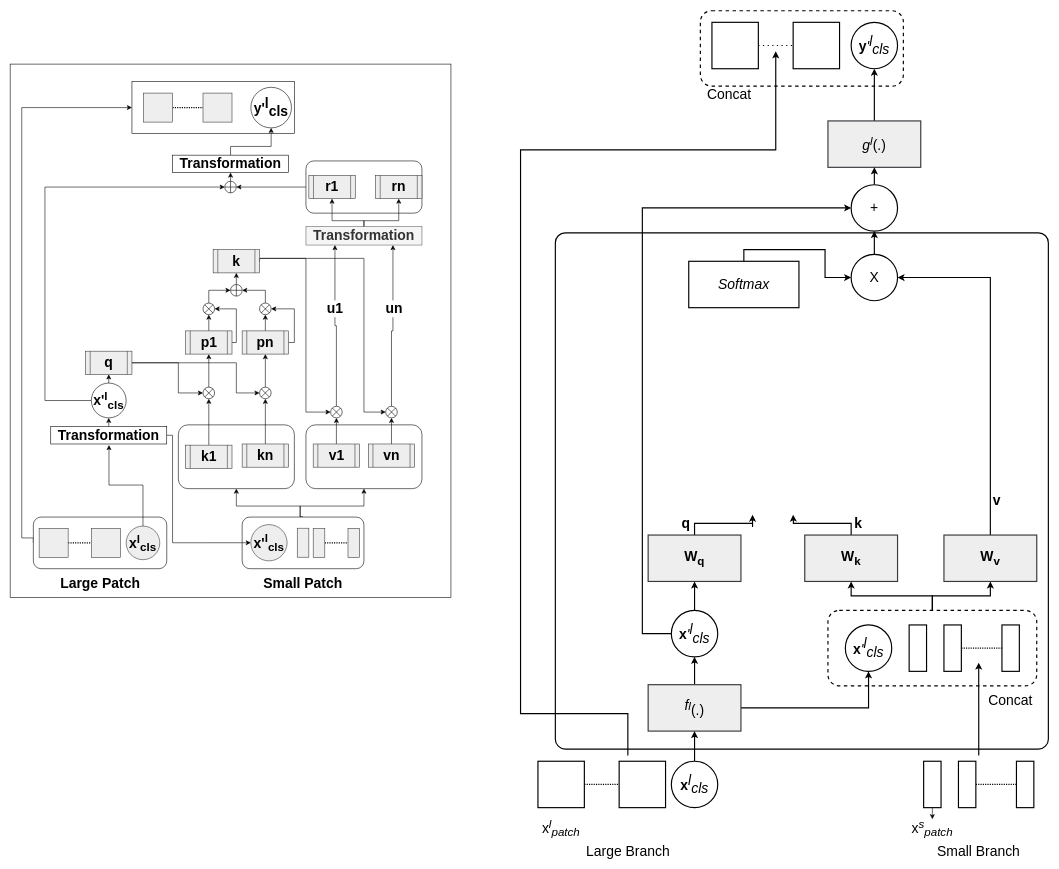
abhishekstha98/Fastformer-PyTorch keeps this draw.io diagram as page "Page-1" (1 of 2) of fastformer_crossvit.drawio. Above is the earlier version. Source tidied: cells renumbered, new cells numbered last; positions are measured from the earlier drawing's top-left corner, leaving out a move shared by most shapes. Both pictures are drawn from the tidied source at 58%, with x=0, y=0 at pixel (10, 10).
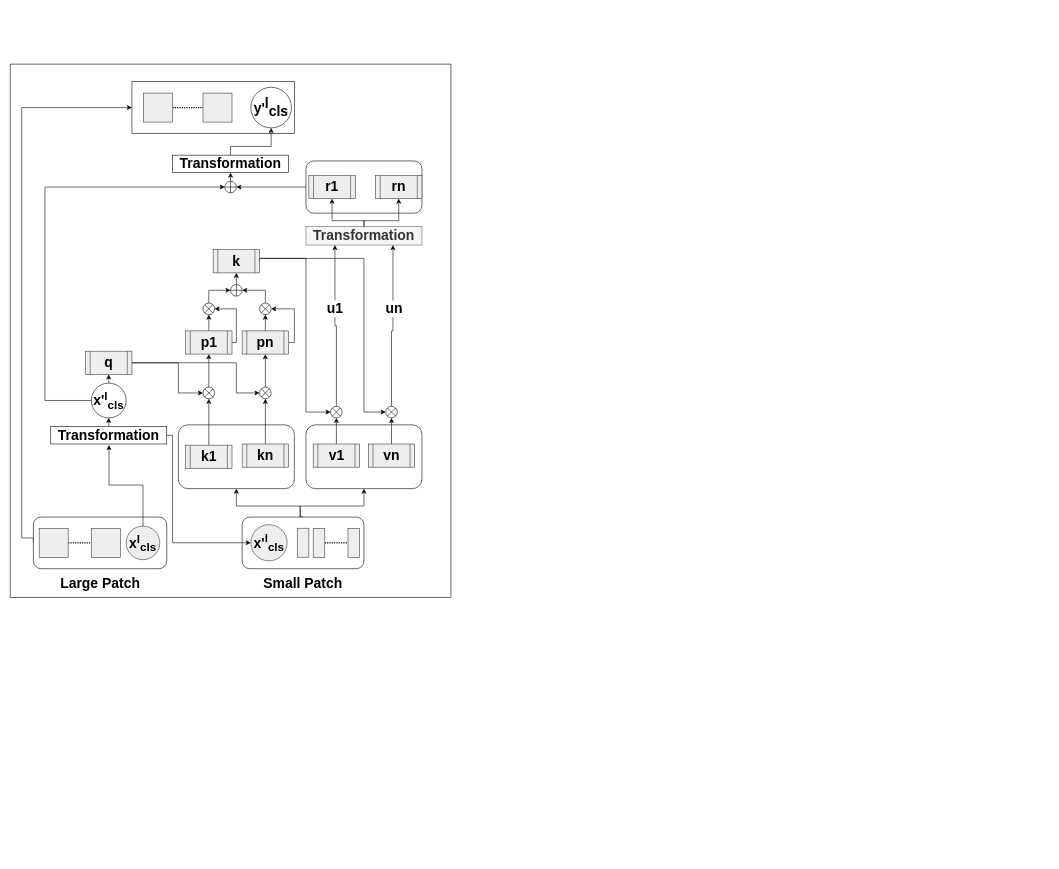
After the change.

The edit, as a diff of the source:
```diff
@@
-    <mxCell id="77" style="rounded=0;whiteSpace=wrap;html=1;fillColor=none;strokeColor=none;strokeWidth=2;" parent="1" vertex="1">
-      <mxGeometry x="900" y="1284" width="330" height="100" as="geometry" />
-    </mxCell>
-    <mxCell id="78" style="rounded=1;whiteSpace=wrap;html=1;fillColor=default;fontSize=24;dashed=1;strokeWidth=2;" parent="1" vertex="1">
-      <mxGeometry x="1190" width="350" height="130" as="geometry" />
-    </mxCell>
-    <mxCell id="79" style="rounded=0;whiteSpace=wrap;html=1;fillColor=default;fontSize=24;strokeWidth=2;" parent="1" vertex="1">
-      <mxGeometry x="1210" y="20" width="80" height="80" as="geometry" />
-    </mxCell>
-    <mxCell id="80" style="rounded=0;whiteSpace=wrap;html=1;fillColor=default;fontSize=24;strokeWidth=2;" parent="1" vertex="1">
-      <mxGeometry x="1350" y="20" width="80" height="80" as="geometry" />
-    </mxCell>
-    <mxCell id="81" style="rounded=1;whiteSpace=wrap;html=1;shadow=0;glass=0;arcSize=2;fillColor=default;fontSize=24;strokeWidth=2;" parent="1" vertex="1">
-      <mxGeometry x="940" y="383" width="850" height="890" as="geometry" />
-    </mxCell>
-    <mxCell id="82" value="&lt;span style=&quot;font-size: 24px;&quot;&gt;&lt;b&gt;y&lt;/b&gt;&lt;i style=&quot;&quot;&gt;'&lt;sup style=&quot;font-size: 24px;&quot;&gt;l&lt;/sup&gt;&lt;sub style=&quot;font-size: 24px;&quot;&gt;cls&lt;/sub&gt;&lt;/i&gt;&lt;/span&gt;" style="ellipse;whiteSpace=wrap;html=1;fillColor=default;fontSize=24;strokeWidth=2;" parent="1" vertex="1">
-      <mxGeometry x="1450" y="20" width="80" height="80" as="geometry" />
-    </mxCell>
-    <mxCell id="83" style="endArrow=none;dashed=1;html=1;dashPattern=1 3;strokeWidth=2;rounded=0;entryX=0;entryY=0.5;entryDx=0;entryDy=0;exitX=1;exitY=0.5;exitDx=0;exitDy=0;fontSize=24;" parent="1" edge="1" source="79" target="80">
-      <mxGeometry relative="1" as="geometry" />
-    </mxCell>
-    <mxCell id="84" style="edgeStyle=orthogonalEdgeStyle;rounded=0;jettySize=auto;html=1;entryX=0.5;entryY=1;entryDx=0;entryDy=0;fontSize=24;strokeWidth=2;" parent="1" edge="1" source="85" target="82">
-      <mxGeometry relative="1" as="geometry" />
-    </mxCell>
-    <mxCell id="85" value="&lt;i&gt;g&lt;sup&gt;l&lt;/sup&gt;&lt;/i&gt;(.)" style="rounded=0;whiteSpace=wrap;html=1;strokeColor=#36393d;fillColor=#eeeeee;fontSize=24;strokeWidth=2;" parent="1" vertex="1">
-      <mxGeometry x="1410" y="190" width="160" height="80" as="geometry" />
-    </mxCell>
-    <mxCell id="86" style="edgeStyle=orthogonalEdgeStyle;rounded=0;jettySize=auto;html=1;exitX=0.5;exitY=0;exitDx=0;exitDy=0;entryX=0.5;entryY=1;entryDx=0;entryDy=0;fontSize=24;strokeWidth=2;" parent="1" edge="1" source="87" target="85">
-      <mxGeometry relative="1" as="geometry" />
-    </mxCell>
-    <mxCell id="87" value="+" style="ellipse;whiteSpace=wrap;html=1;fontSize=24;strokeWidth=2;" parent="1" vertex="1">
-      <mxGeometry x="1450" y="300" width="80" height="80" as="geometry" />
-    </mxCell>
-    <mxCell id="88" style="edgeStyle=orthogonalEdgeStyle;rounded=0;jettySize=auto;html=1;exitX=0.5;exitY=0;exitDx=0;exitDy=0;entryX=0.5;entryY=1;entryDx=0;entryDy=0;fontSize=24;strokeWidth=2;" parent="1" edge="1" source="89" target="87">
-      <mxGeometry relative="1" as="geometry" />
-    </mxCell>
-    <mxCell id="89" value="X" style="ellipse;whiteSpace=wrap;html=1;fontSize=24;strokeWidth=2;" parent="1" vertex="1">
-      <mxGeometry x="1450" y="420" width="80" height="80" as="geometry" />
-    </mxCell>
-    <mxCell id="90" style="edgeStyle=orthogonalEdgeStyle;rounded=0;jettySize=auto;html=1;exitX=0.5;exitY=0;exitDx=0;exitDy=0;entryX=0;entryY=0.5;entryDx=0;entryDy=0;fontSize=24;strokeWidth=2;" parent="1" edge="1" source="91" target="89">
-      <mxGeometry relative="1" as="geometry" />
-    </mxCell>
-    <mxCell id="91" value="&lt;i&gt;Softmax&lt;/i&gt;" style="rounded=0;whiteSpace=wrap;html=1;fontSize=24;strokeWidth=2;" parent="1" vertex="1">
-      <mxGeometry x="1170" y="432" width="190" height="80" as="geometry" />
-    </mxCell>
-    <mxCell id="92" style="edgeStyle=orthogonalEdgeStyle;rounded=0;jettySize=auto;html=1;exitX=0.5;exitY=0;exitDx=0;exitDy=0;entryX=1;entryY=0.5;entryDx=0;entryDy=0;fontSize=24;strokeWidth=2;entryPerimeter=0;" parent="1" edge="1" source="94">
-      <mxGeometry relative="1" as="geometry">
-        <mxPoint x="1350" y="869" as="targetPoint" />
-      </mxGeometry>
-    </mxCell>
-    <mxCell id="93" value="k" style="edgeLabel;html=1;align=center;verticalAlign=middle;fontSize=24;fontStyle=1;" parent="92" vertex="1">
-      <mxGeometry x="0.27" relative="1" as="geometry">
-        <mxPoint x="76" as="offset" />
-      </mxGeometry>
-    </mxCell>
-    <mxCell id="94" value="&lt;b&gt;W&lt;sub&gt;k&lt;/sub&gt;&lt;/b&gt;" style="rounded=0;whiteSpace=wrap;html=1;fillColor=#eeeeee;strokeColor=#36393d;fontSize=24;strokeWidth=2;" parent="1" vertex="1">
-      <mxGeometry x="1370" y="904" width="160" height="80" as="geometry" />
-    </mxCell>
-    <mxCell id="95" style="edgeStyle=orthogonalEdgeStyle;rounded=0;jettySize=auto;html=1;exitX=0.5;exitY=0;exitDx=0;exitDy=0;entryX=0;entryY=0.5;entryDx=0;entryDy=0;fontSize=24;strokeWidth=2;entryPerimeter=0;" parent="1" edge="1" source="97">
-      <mxGeometry relative="1" as="geometry">
-        <mxPoint x="1280" y="869" as="targetPoint" />
-      </mxGeometry>
-    </mxCell>
-    <mxCell id="96" value="q" style="edgeLabel;html=1;align=center;verticalAlign=middle;fontSize=24;fontStyle=1;" parent="95" vertex="1">
-      <mxGeometry x="-0.18" y="3" relative="1" as="geometry">
-        <mxPoint x="-56" y="3" as="offset" />
-      </mxGeometry>
-    </mxCell>
-    <mxCell id="97" value="&lt;b&gt;W&lt;sub&gt;q&lt;/sub&gt;&lt;/b&gt;" style="rounded=0;whiteSpace=wrap;html=1;fillColor=#eeeeee;strokeColor=#36393d;fontSize=24;strokeWidth=2;" parent="1" vertex="1">
-      <mxGeometry x="1100" y="904" width="160" height="80" as="geometry" />
-    </mxCell>
-    <mxCell id="98" style="edgeStyle=orthogonalEdgeStyle;rounded=0;jettySize=auto;html=1;exitX=0.5;exitY=0;exitDx=0;exitDy=0;entryX=1;entryY=0.5;entryDx=0;entryDy=0;fontSize=24;strokeWidth=2;" parent="1" edge="1" source="100" target="89">
-      <mxGeometry relative="1" as="geometry" />
-    </mxCell>
-    <mxCell id="99" value="v" style="edgeLabel;html=1;align=center;verticalAlign=middle;fontSize=24;fontStyle=1;" parent="98" vertex="1">
-      <mxGeometry x="-0.8" y="-1" relative="1" as="geometry">
-        <mxPoint x="9" y="-1" as="offset" />
-      </mxGeometry>
-    </mxCell>
-    <mxCell id="100" value="&lt;b&gt;W&lt;sub&gt;v&lt;/sub&gt;&lt;/b&gt;" style="rounded=0;whiteSpace=wrap;html=1;fillColor=#eeeeee;strokeColor=#36393d;fontSize=24;strokeWidth=2;" parent="1" vertex="1">
-      <mxGeometry x="1610" y="904" width="160" height="80" as="geometry" />
-    </mxCell>
-    <mxCell id="101" style="edgeStyle=orthogonalEdgeStyle;rounded=0;jettySize=auto;html=1;entryX=0.5;entryY=1;entryDx=0;entryDy=0;fontSize=24;strokeWidth=2;" parent="1" edge="1" source="103" target="97">
-      <mxGeometry relative="1" as="geometry" />
-    </mxCell>
-    <mxCell id="102" style="edgeStyle=orthogonalEdgeStyle;rounded=0;jettySize=auto;html=1;exitX=0;exitY=0.5;exitDx=0;exitDy=0;entryX=0;entryY=0.5;entryDx=0;entryDy=0;fontSize=24;strokeWidth=2;" parent="1" edge="1" source="103" target="87">
-      <mxGeometry relative="1" as="geometry">
-        <Array as="points">
-          <mxPoint x="1090" y="1074" />
-          <mxPoint x="1090" y="340" />
-        </Array>
-      </mxGeometry>
-    </mxCell>
-    <mxCell id="103" value="&lt;span style=&quot;border-color: var(--border-color);&quot;&gt;&lt;b&gt;x&lt;/b&gt;&lt;i style=&quot;&quot;&gt;'&lt;sup style=&quot;border-color: var(--border-color); font-size: 24px;&quot;&gt;l&lt;/sup&gt;&lt;sub style=&quot;border-color: var(--border-color); font-size: 24px;&quot;&gt;cls&lt;/sub&gt;&lt;/i&gt;&lt;/span&gt;" style="ellipse;whiteSpace=wrap;html=1;fontSize=24;strokeWidth=2;" parent="1" vertex="1">
-      <mxGeometry x="1140" y="1034" width="80" height="80" as="geometry" />
-    </mxCell>
-    <mxCell id="104" style="edgeStyle=orthogonalEdgeStyle;rounded=0;jettySize=auto;html=1;entryX=0.5;entryY=1;entryDx=0;entryDy=0;fontSize=24;strokeWidth=2;" parent="1" edge="1" source="106" target="103">
-      <mxGeometry relative="1" as="geometry" />
-    </mxCell>
-    <mxCell id="105" style="edgeStyle=orthogonalEdgeStyle;rounded=0;jettySize=auto;html=1;exitX=1;exitY=0.5;exitDx=0;exitDy=0;entryX=0.5;entryY=1;entryDx=0;entryDy=0;fontSize=24;strokeWidth=2;" parent="1" edge="1" source="106" target="124">
-      <mxGeometry relative="1" as="geometry" />
-    </mxCell>
-    <mxCell id="106" value="&lt;i style=&quot;border-color: var(--border-color);&quot;&gt;&lt;sup style=&quot;border-color: var(--border-color);&quot;&gt;&lt;span style=&quot;font-size: 24px;&quot;&gt;f&lt;/span&gt;l&lt;/sup&gt;&lt;/i&gt;(.)" style="rounded=0;whiteSpace=wrap;html=1;fillColor=#eeeeee;strokeColor=#36393d;fontSize=24;strokeWidth=2;" parent="1" vertex="1">
-      <mxGeometry x="1100" y="1162" width="160" height="80" as="geometry" />
-    </mxCell>
-    <mxCell id="107" style="edgeStyle=orthogonalEdgeStyle;rounded=0;jettySize=auto;html=1;exitX=1;exitY=0.5;exitDx=0;exitDy=0;entryX=0;entryY=0.5;entryDx=0;entryDy=0;strokeWidth=2;endArrow=none;endFill=0;dashed=1;dashPattern=1 1;" parent="1" edge="1" source="108" target="109">
-      <mxGeometry relative="1" as="geometry" />
-    </mxCell>
-    <mxCell id="108" style="rounded=0;whiteSpace=wrap;html=1;fillColor=default;fontSize=24;strokeWidth=2;" parent="1" vertex="1">
-      <mxGeometry x="910" y="1294" width="80" height="80" as="geometry" />
-    </mxCell>
-    <mxCell id="109" style="rounded=0;whiteSpace=wrap;html=1;fillColor=default;fontSize=24;strokeWidth=2;" parent="1" vertex="1">
-      <mxGeometry x="1050" y="1294" width="80" height="80" as="geometry" />
-    </mxCell>
-    <mxCell id="110" style="edgeStyle=orthogonalEdgeStyle;rounded=0;jettySize=auto;html=1;entryX=0.5;entryY=1;entryDx=0;entryDy=0;fontSize=24;strokeWidth=2;" parent="1" edge="1" source="111" target="106">
-      <mxGeometry relative="1" as="geometry" />
-    </mxCell>
-    <mxCell id="111" value="&lt;span style=&quot;font-size: 24px;&quot;&gt;&lt;span style=&quot;font-weight: bold; font-size: 24px;&quot;&gt;x&lt;/span&gt;&lt;i style=&quot;&quot;&gt;&lt;sup style=&quot;font-size: 24px;&quot;&gt;l&lt;/sup&gt;&lt;sub style=&quot;font-size: 24px;&quot;&gt;cls&lt;/sub&gt;&lt;/i&gt;&lt;/span&gt;" style="ellipse;whiteSpace=wrap;html=1;fillColor=default;fontSize=24;strokeWidth=2;" parent="1" vertex="1">
-      <mxGeometry x="1140" y="1294" width="80" height="80" as="geometry" />
-    </mxCell>
-    <mxCell id="112" style="edgeStyle=orthogonalEdgeStyle;rounded=0;jettySize=auto;html=1;exitX=0.5;exitY=0;exitDx=0;exitDy=0;entryX=0.5;entryY=1;entryDx=0;entryDy=0;fontSize=24;strokeWidth=2;" parent="1" edge="1" source="114" target="94">
-      <mxGeometry relative="1" as="geometry" />
-    </mxCell>
-    <mxCell id="113" style="edgeStyle=orthogonalEdgeStyle;rounded=0;jettySize=auto;html=1;exitX=0.5;exitY=0;exitDx=0;exitDy=0;entryX=0.5;entryY=1;entryDx=0;entryDy=0;fontSize=24;strokeWidth=2;" parent="1" edge="1" source="114" target="100">
-      <mxGeometry relative="1" as="geometry" />
-    </mxCell>
-    <mxCell id="114" style="rounded=1;whiteSpace=wrap;html=1;fillColor=none;fontSize=24;dashed=1;strokeWidth=2;" parent="1" vertex="1">
-      <mxGeometry x="1410" y="1034" width="360" height="130" as="geometry" />
-    </mxCell>
-    <mxCell id="115" style="edgeStyle=orthogonalEdgeStyle;rounded=0;jettySize=auto;html=1;exitX=0.5;exitY=1;exitDx=0;exitDy=0;entryX=0.5;entryY=0;entryDx=0;entryDy=0;" parent="1" edge="1" source="116" target="128">
-      <mxGeometry relative="1" as="geometry" />
-    </mxCell>
-    <mxCell id="116" style="rounded=0;whiteSpace=wrap;html=1;fontSize=24;strokeWidth=2;" parent="1" vertex="1">
-      <mxGeometry x="1575" y="1294" width="30" height="80" as="geometry" />
-    </mxCell>
-    <mxCell id="117" style="edgeStyle=orthogonalEdgeStyle;rounded=0;jettySize=auto;html=1;exitX=1;exitY=0.5;exitDx=0;exitDy=0;entryX=0;entryY=0.5;entryDx=0;entryDy=0;dashed=1;dashPattern=1 1;sourcePerimeterSpacing=0;endArrow=none;endFill=0;strokeWidth=2;jumpSize=21;fontSize=24;" parent="1" edge="1" source="118" target="119">
-      <mxGeometry relative="1" as="geometry" />
-    </mxCell>
-    <mxCell id="118" style="rounded=0;whiteSpace=wrap;html=1;fontSize=24;strokeWidth=2;" parent="1" vertex="1">
-      <mxGeometry x="1635" y="1294" width="30" height="80" as="geometry" />
-    </mxCell>
-    <mxCell id="119" style="rounded=0;whiteSpace=wrap;html=1;fontSize=24;strokeWidth=2;" parent="1" vertex="1">
-      <mxGeometry x="1735" y="1294" width="30" height="80" as="geometry" />
-    </mxCell>
-    <mxCell id="120" style="rounded=0;whiteSpace=wrap;html=1;fontSize=24;strokeWidth=2;" parent="1" vertex="1">
-      <mxGeometry x="1550" y="1059" width="30" height="80" as="geometry" />
-    </mxCell>
-    <mxCell id="121" style="edgeStyle=orthogonalEdgeStyle;rounded=0;jettySize=auto;html=1;exitX=1;exitY=0.5;exitDx=0;exitDy=0;entryX=0;entryY=0.5;entryDx=0;entryDy=0;dashed=1;dashPattern=1 1;sourcePerimeterSpacing=0;endArrow=none;endFill=0;strokeWidth=2;jumpSize=21;fontSize=24;" parent="1" edge="1" source="122" target="123">
-      <mxGeometry relative="1" as="geometry" />
-    </mxCell>
-    <mxCell id="122" style="rounded=0;whiteSpace=wrap;html=1;fontSize=24;strokeWidth=2;" parent="1" vertex="1">
-      <mxGeometry x="1610" y="1059" width="30" height="80" as="geometry" />
-    </mxCell>
-    <mxCell id="123" style="rounded=0;whiteSpace=wrap;html=1;fontSize=24;strokeWidth=2;" parent="1" vertex="1">
-      <mxGeometry x="1710" y="1059" width="30" height="80" as="geometry" />
-    </mxCell>
-    <mxCell id="124" value="&lt;b style=&quot;font-size: 24px;&quot;&gt;x&lt;/b&gt;&lt;span style=&quot;font-size: 24px;&quot;&gt;&lt;i&gt;'&lt;sup style=&quot;font-size: 24px;&quot;&gt;l&lt;/sup&gt;&lt;sub style=&quot;font-size: 24px;&quot;&gt;cls&lt;/sub&gt;&lt;/i&gt;&lt;/span&gt;" style="ellipse;whiteSpace=wrap;html=1;fillColor=none;fontSize=24;strokeWidth=2;" parent="1" vertex="1">
-      <mxGeometry x="1440" y="1059" width="80" height="80" as="geometry" />
-    </mxCell>
-    <mxCell id="125" style="edgeStyle=orthogonalEdgeStyle;rounded=0;jettySize=auto;html=1;exitX=0.5;exitY=0;exitDx=0;exitDy=0;strokeWidth=2;" parent="1" edge="1" source="77">
-      <mxGeometry relative="1" as="geometry">
-        <mxPoint x="1320" y="70" as="targetPoint" />
-        <Array as="points">
-          <mxPoint x="1065" y="1212" />
-          <mxPoint x="880" y="1212" />
-          <mxPoint x="880" y="240" />
-          <mxPoint x="1320" y="240" />
-        </Array>
-      </mxGeometry>
-    </mxCell>
-    <mxCell id="126" value="Concat" style="text;html=1;strokeColor=none;fillColor=none;align=center;verticalAlign=middle;whiteSpace=wrap;rounded=0;fontSize=24;" parent="1" vertex="1">
-      <mxGeometry x="1695" y="1174" width="60" height="30" as="geometry" />
-    </mxCell>
-    <mxCell id="127" value="Concat" style="text;html=1;strokeColor=none;fillColor=none;align=center;verticalAlign=middle;whiteSpace=wrap;rounded=0;fontSize=24;" parent="1" vertex="1">
-      <mxGeometry x="1210" y="130" width="60" height="30" as="geometry" />
-    </mxCell>
-    <mxCell id="128" value="x&lt;i&gt;&lt;sup&gt;s&lt;/sup&gt;&lt;sub&gt;patch&lt;/sub&gt;&lt;/i&gt;" style="text;html=1;strokeColor=none;fillColor=none;align=center;verticalAlign=middle;whiteSpace=wrap;rounded=0;fontSize=24;" parent="1" vertex="1">
-      <mxGeometry x="1560" y="1394" width="60" height="30" as="geometry" />
-    </mxCell>
-    <mxCell id="129" value="Large Branch" style="text;html=1;strokeColor=none;fillColor=none;align=center;verticalAlign=middle;whiteSpace=wrap;rounded=0;fontSize=24;" parent="1" vertex="1">
-      <mxGeometry x="977.5" y="1434" width="175" height="30" as="geometry" />
-    </mxCell>
-    <mxCell id="130" value="Small Branch" style="text;html=1;strokeColor=none;fillColor=none;align=center;verticalAlign=middle;whiteSpace=wrap;rounded=0;fontSize=24;" parent="1" vertex="1">
-      <mxGeometry x="1595" y="1434" width="150" height="30" as="geometry" />
-    </mxCell>
-    <mxCell id="131" value="x&lt;i&gt;&lt;sup&gt;l&lt;/sup&gt;&lt;sub&gt;patch&lt;/sub&gt;&lt;/i&gt;" style="text;html=1;strokeColor=none;fillColor=none;align=center;verticalAlign=middle;whiteSpace=wrap;rounded=0;fontSize=24;" parent="1" vertex="1">
-      <mxGeometry x="920" y="1394" width="60" height="30" as="geometry" />
-    </mxCell>
-    <mxCell id="132" style="rounded=0;whiteSpace=wrap;html=1;fillColor=none;strokeColor=none;" parent="1" vertex="1">
-      <mxGeometry x="1565" y="1284" width="210" height="100" as="geometry" />
-    </mxCell>
-    <mxCell id="133" style="edgeStyle=orthogonalEdgeStyle;rounded=0;jettySize=auto;html=1;exitX=0.5;exitY=0;exitDx=0;exitDy=0;entryX=0.722;entryY=0.692;entryDx=0;entryDy=0;entryPerimeter=0;strokeWidth=2;" parent="1" edge="1" source="132" target="114">
-      <mxGeometry relative="1" as="geometry" />
-    </mxCell>
```
